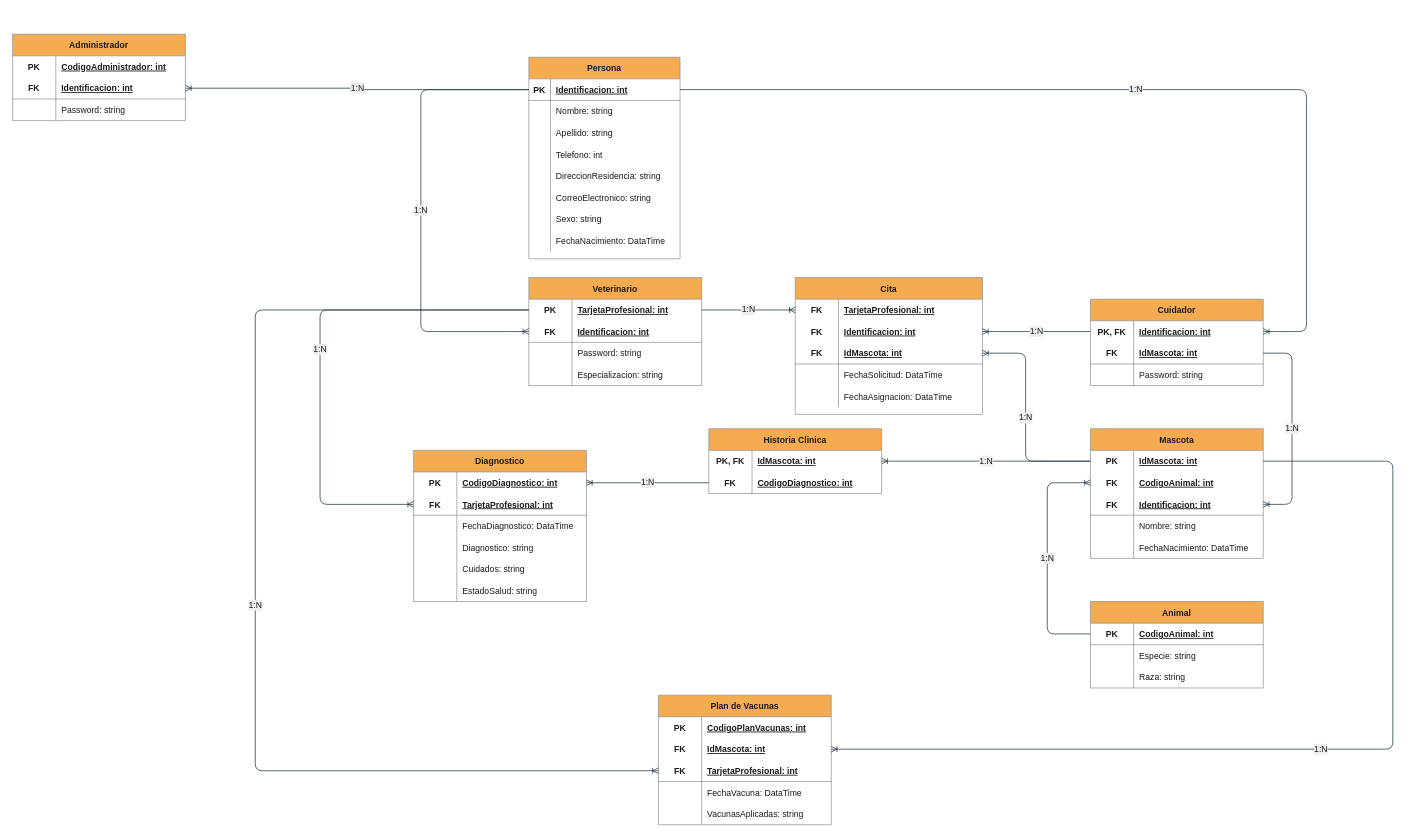
Earlier version of the draw.io diagram page "Entidad relacion" (3 of 3) of Diagramas.drawio (juandabi/teleVeterinaria). Source tidied: cells renumbered, new cells numbered last; positions are measured from the earlier drawing's top-left corner, leaving out a move shared by most shapes. Both pictures are drawn from the tidied source at 72%, with x=0, y=0 at pixel (12, 34).
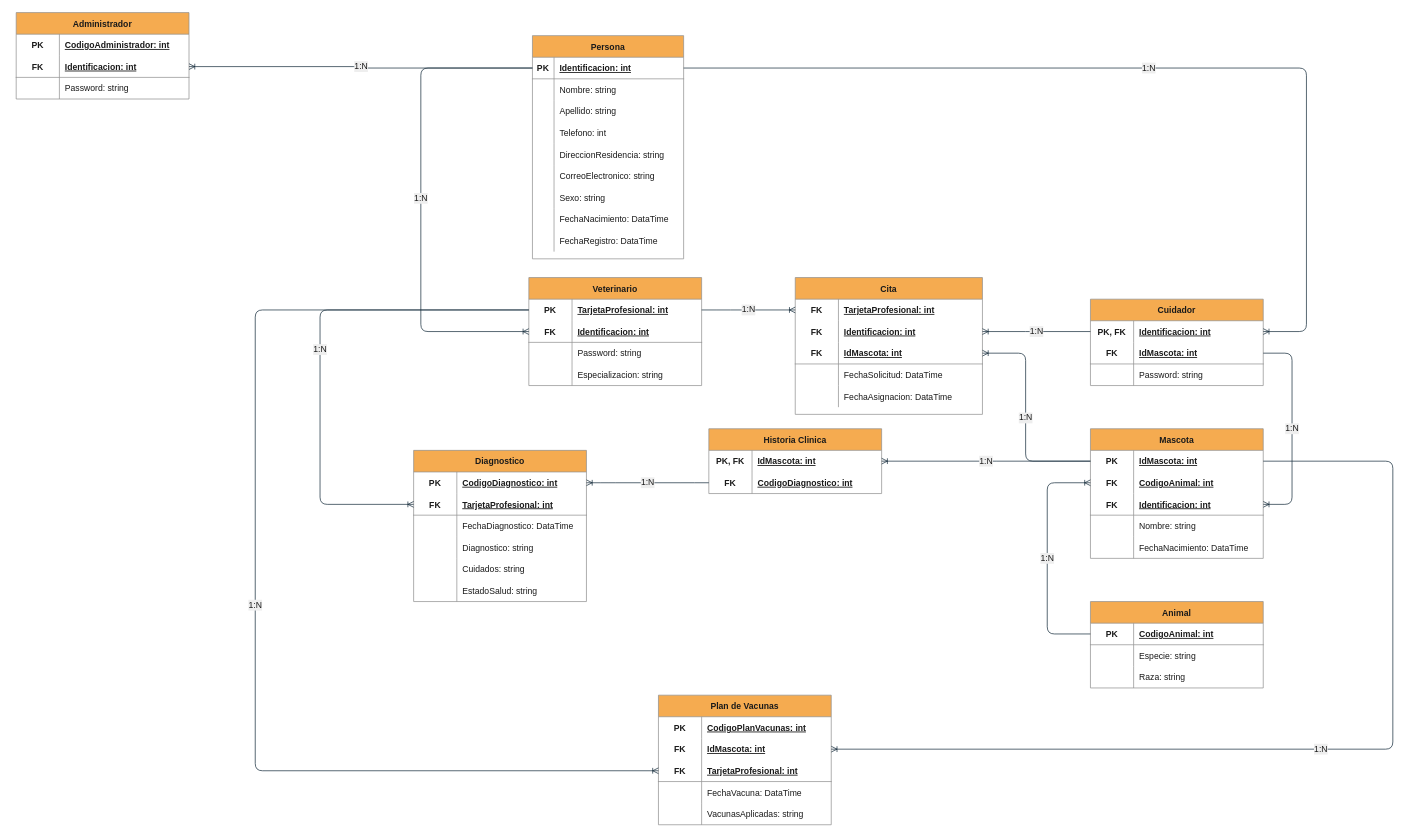
Above is the later version.

Diff of the diagram source:
```diff
@@
     <mxCell id="2" value="Persona" style="shape=table;startSize=30;childLayout=tableLayout;rowLines=0;fontStyle=1;align=center;fillColor=#F5AB50;strokeColor=#909090;fontColor=#1A1A1A;" parent="1" vertex="1">
-      <mxGeometry x="717" y="32" width="210" height="280" as="geometry" />
+      <mxGeometry x="722" y="2" width="210" height="310" as="geometry" />
     </mxCell>
@@
+    <mxCell id="157" style="shape=partialRectangle;fillColor=none;top=0;left=0;bottom=0;right=0;strokeColor=#909090;fontColor=#1A1A1A;" parent="2" vertex="1">
+      <mxGeometry y="270" width="210" height="30" as="geometry" />
+    </mxCell>
+    <mxCell id="158" style="shape=partialRectangle;fillColor=none;top=0;left=0;bottom=0;right=0;overflow=hidden;strokeColor=#909090;fontColor=#1A1A1A;" parent="157" vertex="1">
+      <mxGeometry width="30" height="30" as="geometry" />
+    </mxCell>
+    <mxCell id="159" value="FechaRegistro: DataTime" style="shape=partialRectangle;fillColor=none;top=0;left=0;bottom=0;right=0;align=left;spacingLeft=6;overflow=hidden;strokeColor=#909090;fontColor=#1A1A1A;" parent="157" vertex="1">
+      <mxGeometry x="30" width="180" height="30" as="geometry" />
+    </mxCell>
     <mxCell id="27" value="Administrador" style="shape=table;startSize=30;childLayout=tableLayout;rowLines=0;fontStyle=1;align=center;fillColor=#F5AB50;strokeColor=#909090;fontColor=#1A1A1A;" parent="1" vertex="1">
-      <mxGeometry width="240" height="120" as="geometry" />
+      <mxGeometry x="5" y="-30" width="240" height="120" as="geometry" />
     </mxCell>
```
